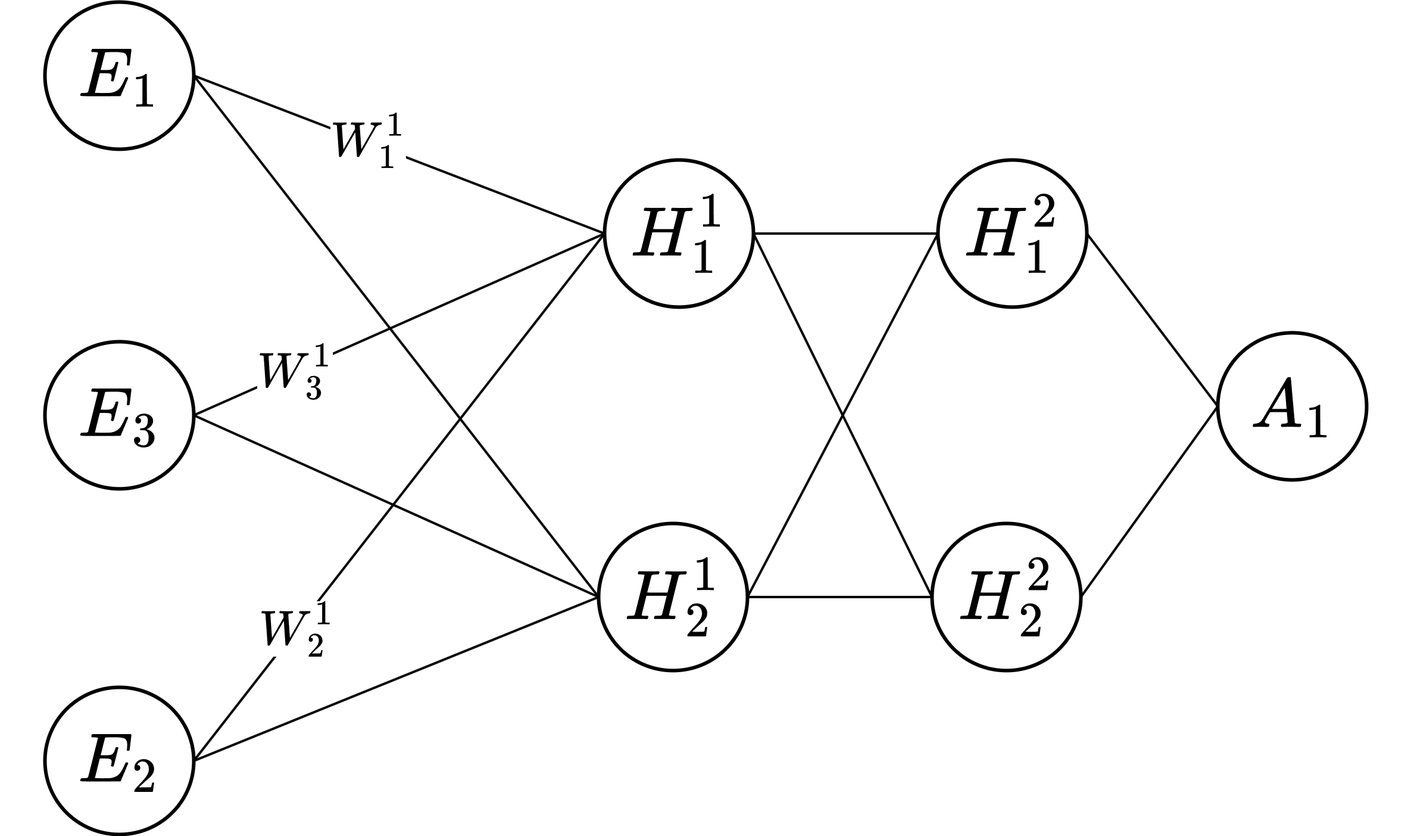
Before: thesis/zeichnungen/nn.png, a diagram exported from draw.io (scorixear/master-thesis). Source tidied: cells renumbered, new cells last; positions are measured from the earlier drawing's top-left corner, leaving out a move shared by most shapes.
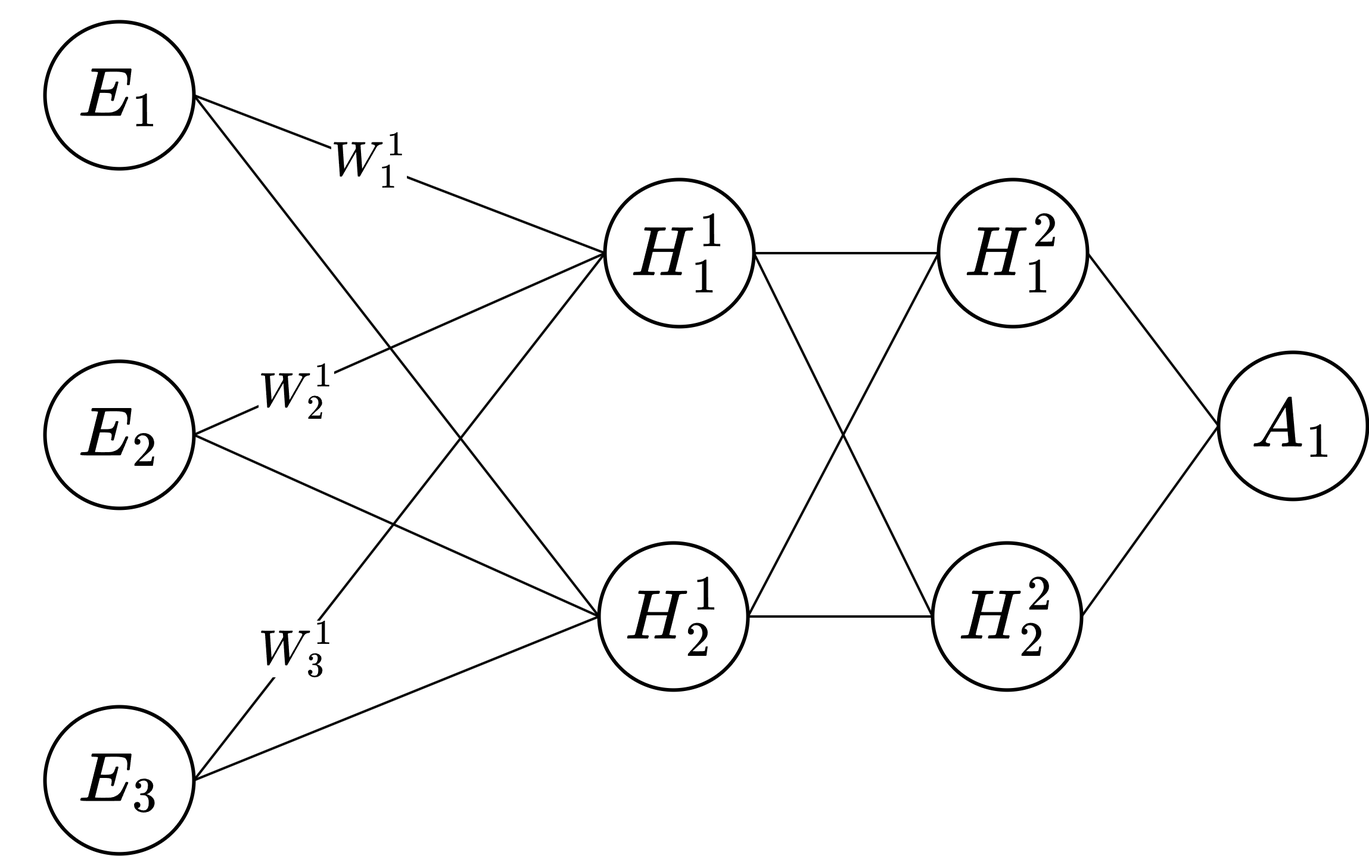
The same diagram one commit later.

Change to the diagram source:
```diff
@@ -11,22 +11,22 @@
     <mxCell id="4" value="$$E_1$$" style="ellipse;whiteSpace=wrap;html=1;fontSize=100;strokeWidth=6;" parent="1" vertex="1">
       <mxGeometry width="250" height="246.9" as="geometry" />
     </mxCell>
-    <mxCell id="5" value="&lt;span style=&quot;color: rgb(0, 0, 0); font-family: Helvetica; font-size: 70px; font-style: normal; font-variant-ligatures: normal; font-variant-caps: normal; font-weight: 400; letter-spacing: normal; orphans: 2; text-align: center; text-indent: 0px; text-transform: none; widows: 2; word-spacing: 0px; -webkit-text-stroke-width: 0px; background-color: rgb(255, 255, 255); text-decoration-thickness: initial; text-decoration-style: initial; text-decoration-color: initial; float: none; display: inline !important;&quot;&gt;$$W^1_2$$&lt;/span&gt;" style="edgeStyle=none;html=1;exitX=1;exitY=0.5;exitDx=0;exitDy=0;entryX=0;entryY=0.5;entryDx=0;entryDy=0;endArrow=none;endFill=0;labelPosition=center;verticalLabelPosition=middle;align=center;verticalAlign=middle;fontSize=70;strokeWidth=4;" parent="1" edge="1" source="7" target="13">
+    <mxCell id="5" value="&lt;span style=&quot;color: rgb(0, 0, 0); font-family: Helvetica; font-size: 70px; font-style: normal; font-variant-ligatures: normal; font-variant-caps: normal; font-weight: 400; letter-spacing: normal; orphans: 2; text-align: center; text-indent: 0px; text-transform: none; widows: 2; word-spacing: 0px; -webkit-text-stroke-width: 0px; background-color: rgb(255, 255, 255); text-decoration-thickness: initial; text-decoration-style: initial; text-decoration-color: initial; float: none; display: inline !important;&quot;&gt;$$W^1_3$$&lt;/span&gt;" style="edgeStyle=none;html=1;exitX=1;exitY=0.5;exitDx=0;exitDy=0;entryX=0;entryY=0.5;entryDx=0;entryDy=0;endArrow=none;endFill=0;labelPosition=center;verticalLabelPosition=middle;align=center;verticalAlign=middle;fontSize=70;strokeWidth=4;" parent="1" edge="1" source="7" target="13">
       <mxGeometry x="-0.5" relative="1" as="geometry" />
     </mxCell>
     <mxCell id="6" style="edgeStyle=none;html=1;exitX=1;exitY=0.5;exitDx=0;exitDy=0;entryX=0;entryY=0.5;entryDx=0;entryDy=0;strokeColor=default;endArrow=none;endFill=0;fontSize=100;strokeWidth=4;" parent="1" edge="1" source="7" target="16">
       <mxGeometry relative="1" as="geometry" />
     </mxCell>
-    <mxCell id="7" value="$$E_2$$" style="ellipse;whiteSpace=wrap;html=1;fontSize=100;strokeWidth=6;" parent="1" vertex="1">
+    <mxCell id="7" value="$$E_3$$" style="ellipse;whiteSpace=wrap;html=1;fontSize=100;strokeWidth=6;" parent="1" vertex="1">
       <mxGeometry y="1150" width="250" height="246.9" as="geometry" />
     </mxCell>
     <mxCell id="8" style="edgeStyle=none;html=1;exitX=1;exitY=0.5;exitDx=0;exitDy=0;strokeColor=default;endArrow=none;endFill=0;entryX=0;entryY=0.5;entryDx=0;entryDy=0;fontSize=100;strokeWidth=4;" parent="1" edge="1" source="10" target="16">
       <mxGeometry relative="1" as="geometry" />
     </mxCell>
-    <mxCell id="9" value="&lt;span style=&quot;font-size: 70px;&quot;&gt;$$W^1_3$$&lt;/span&gt;" style="edgeStyle=none;html=1;exitX=1;exitY=0.5;exitDx=0;exitDy=0;entryX=0;entryY=0.5;entryDx=0;entryDy=0;strokeColor=default;endArrow=none;endFill=0;fontSize=70;strokeWidth=4;labelBackgroundColor=default;" parent="1" edge="1" source="10" target="13">
+    <mxCell id="9" value="&lt;span style=&quot;font-size: 70px;&quot;&gt;$$W^1_2$$&lt;/span&gt;" style="edgeStyle=none;html=1;exitX=1;exitY=0.5;exitDx=0;exitDy=0;entryX=0;entryY=0.5;entryDx=0;entryDy=0;strokeColor=default;endArrow=none;endFill=0;fontSize=70;strokeWidth=4;labelBackgroundColor=default;" parent="1" edge="1" source="10" target="13">
       <mxGeometry x="-0.51" y="-2" relative="1" as="geometry" />
     </mxCell>
-    <mxCell id="10" value="$$E_3$$" style="ellipse;whiteSpace=wrap;html=1;fontSize=100;strokeWidth=6;" parent="1" vertex="1">
+    <mxCell id="10" value="$$E_2$$" style="ellipse;whiteSpace=wrap;html=1;fontSize=100;strokeWidth=6;" parent="1" vertex="1">
       <mxGeometry y="570" width="250" height="246.9" as="geometry" />
     </mxCell>
     <mxCell id="11" style="edgeStyle=none;html=1;exitX=1;exitY=0.5;exitDx=0;exitDy=0;entryX=0;entryY=0.5;entryDx=0;entryDy=0;strokeColor=default;endArrow=none;endFill=0;fontSize=100;strokeWidth=4;" parent="1" edge="1" source="13" target="20">
```
